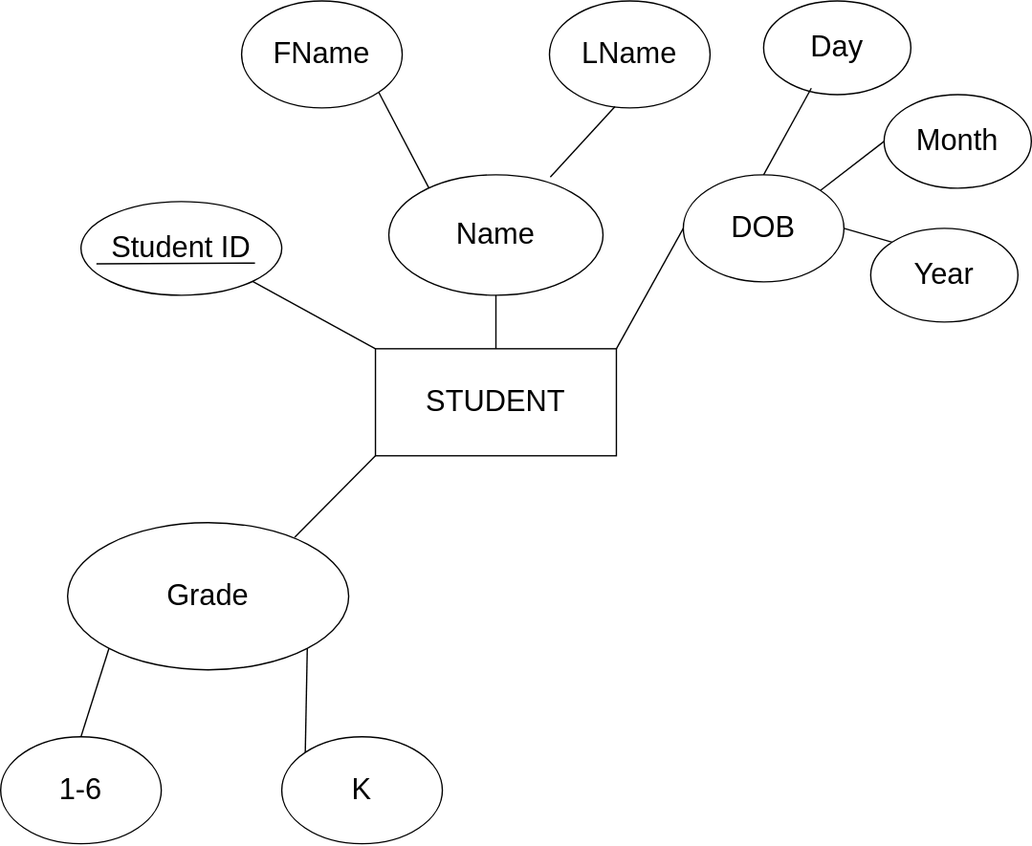
This is models.drawio.svg from MarcTy/ENSF-300-Database-ERD-Models, a draw.io export, as it was before one commit. Source tidied: cells renumbered, new cells last; positions are measured from the earlier drawing's top-left corner, leaving out a move shared by most shapes.
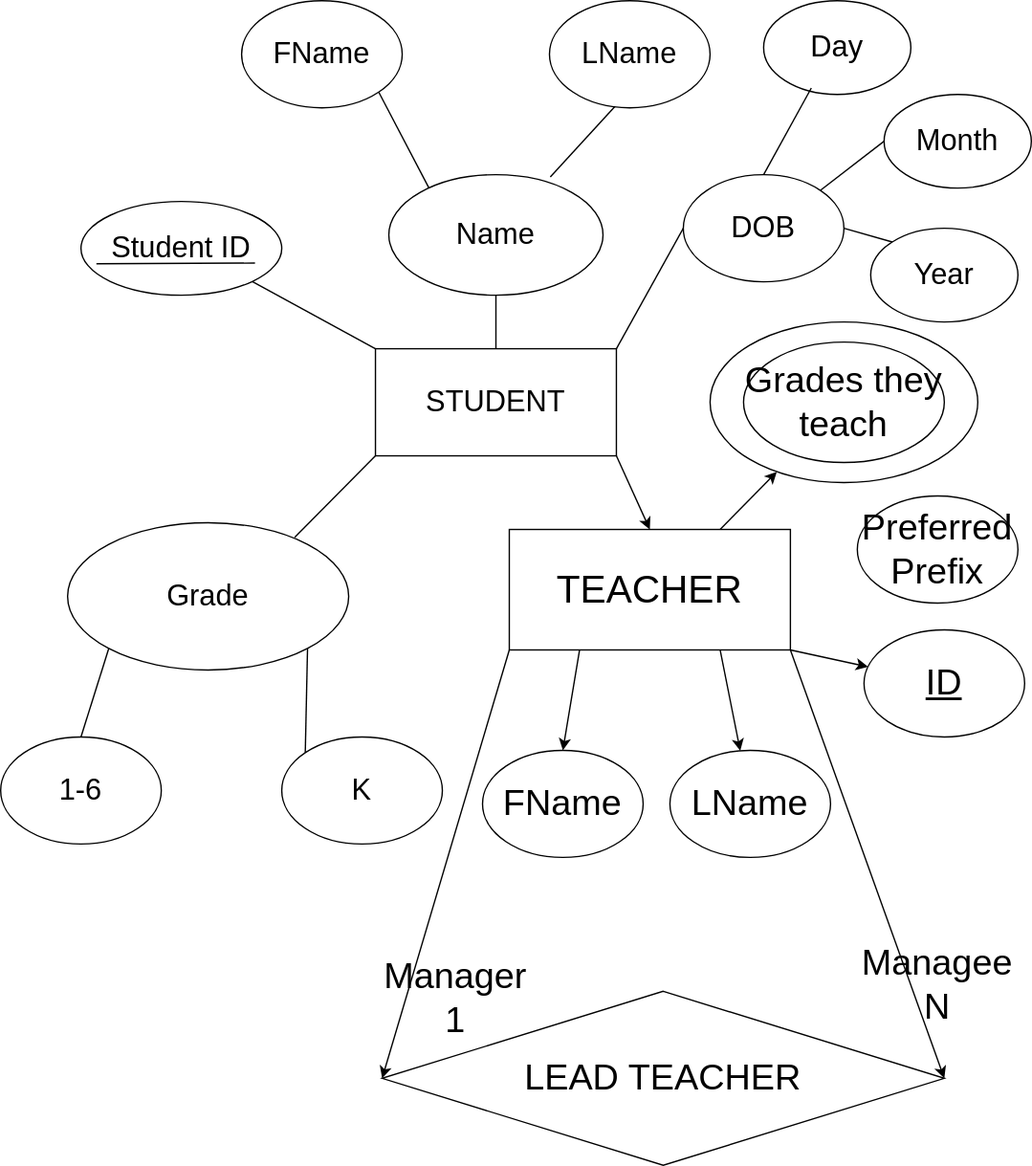
The same diagram one commit later.

The edit, as a diff of the source:
```diff
@@ -2,6 +2,9 @@
   <root>
     <mxCell id="0" />
     <mxCell id="1" parent="0" />
+    <mxCell id="26" style="edgeStyle=none;html=1;exitX=1;exitY=1;exitDx=0;exitDy=0;entryX=0.5;entryY=0;entryDx=0;entryDy=0;fontSize=27;" parent="1" edge="1" source="2" target="33">
+      <mxGeometry relative="1" as="geometry" />
+    </mxCell>
     <mxCell id="2" value="&lt;font style=&quot;font-size: 22px;&quot;&gt;STUDENT&lt;/font&gt;" style="rounded=0;whiteSpace=wrap;html=1;" parent="1" vertex="1">
       <mxGeometry x="280" y="260" width="180" height="80" as="geometry" />
     </mxCell>
@@ -80,5 +83,53 @@
     <mxCell id="25" style="endArrow=none;html=1;fontSize=22;exitX=0;exitY=0;exitDx=0;exitDy=0;entryX=1;entryY=1;entryDx=0;entryDy=0;" parent="1" edge="1" source="22" target="20">
       <mxGeometry relative="1" as="geometry" />
     </mxCell>
+    <mxCell id="27" style="edgeStyle=none;html=1;exitX=1;exitY=1;exitDx=0;exitDy=0;fontSize=27;" parent="1" edge="1" source="33" target="34">
+      <mxGeometry relative="1" as="geometry" />
+    </mxCell>
+    <mxCell id="28" style="edgeStyle=none;html=1;exitX=0.75;exitY=0;exitDx=0;exitDy=0;fontSize=27;" parent="1" edge="1" source="33" target="35">
+      <mxGeometry relative="1" as="geometry" />
+    </mxCell>
+    <mxCell id="29" style="edgeStyle=none;html=1;exitX=1;exitY=1;exitDx=0;exitDy=0;entryX=1;entryY=0.5;entryDx=0;entryDy=0;fontSize=27;" parent="1" edge="1" source="33" target="40">
+      <mxGeometry relative="1" as="geometry" />
+    </mxCell>
+    <mxCell id="30" style="edgeStyle=none;html=1;exitX=0.75;exitY=1;exitDx=0;exitDy=0;fontSize=27;" parent="1" edge="1" source="33" target="37">
+      <mxGeometry relative="1" as="geometry" />
+    </mxCell>
+    <mxCell id="31" style="edgeStyle=none;html=1;exitX=0.25;exitY=1;exitDx=0;exitDy=0;entryX=0.5;entryY=0;entryDx=0;entryDy=0;fontSize=27;" parent="1" edge="1" source="33" target="38">
+      <mxGeometry relative="1" as="geometry" />
+    </mxCell>
+    <mxCell id="32" style="edgeStyle=none;html=1;exitX=0;exitY=1;exitDx=0;exitDy=0;entryX=0;entryY=0.5;entryDx=0;entryDy=0;fontSize=27;" parent="1" edge="1" source="33" target="40">
+      <mxGeometry relative="1" as="geometry" />
+    </mxCell>
+    <mxCell id="33" value="&lt;font style=&quot;font-size: 29px;&quot;&gt;TEACHER&lt;/font&gt;" style="rounded=0;whiteSpace=wrap;html=1;" parent="1" vertex="1">
+      <mxGeometry x="380" y="395" width="210" height="90" as="geometry" />
+    </mxCell>
+    <mxCell id="34" value="&lt;u&gt;ID&lt;/u&gt;" style="ellipse;whiteSpace=wrap;html=1;fontSize=27;" parent="1" vertex="1">
+      <mxGeometry x="645" y="470" width="120" height="80" as="geometry" />
+    </mxCell>
+    <mxCell id="35" style="ellipse;whiteSpace=wrap;html=1;fontSize=27;" parent="1" vertex="1">
+      <mxGeometry x="530" y="240" width="200" height="120" as="geometry" />
+    </mxCell>
+    <mxCell id="36" value="Preferred Prefix" style="ellipse;whiteSpace=wrap;html=1;fontSize=27;" parent="1" vertex="1">
+      <mxGeometry x="640" y="370" width="120" height="80" as="geometry" />
+    </mxCell>
+    <mxCell id="37" value="LName" style="ellipse;whiteSpace=wrap;html=1;fontSize=27;" parent="1" vertex="1">
+      <mxGeometry x="500" y="560" width="120" height="80" as="geometry" />
+    </mxCell>
+    <mxCell id="38" value="FName" style="ellipse;whiteSpace=wrap;html=1;fontSize=27;" parent="1" vertex="1">
+      <mxGeometry x="360" y="560" width="120" height="80" as="geometry" />
+    </mxCell>
+    <mxCell id="39" value="Grades they teach&lt;br&gt;" style="ellipse;whiteSpace=wrap;html=1;fontSize=27;" parent="1" vertex="1">
+      <mxGeometry x="555" y="255" width="150" height="90" as="geometry" />
+    </mxCell>
+    <mxCell id="40" value="LEAD TEACHER" style="rhombus;whiteSpace=wrap;html=1;fontSize=27;" parent="1" vertex="1">
+      <mxGeometry x="285" y="740" width="420" height="130" as="geometry" />
+    </mxCell>
+    <mxCell id="41" value="Managee&lt;br&gt;N" style="text;html=1;strokeColor=none;fillColor=none;align=center;verticalAlign=middle;whiteSpace=wrap;rounded=0;fontSize=27;" parent="1" vertex="1">
+      <mxGeometry x="670" y="720" width="60" height="30" as="geometry" />
+    </mxCell>
+    <mxCell id="42" value="Manager&lt;br&gt;1" style="text;html=1;strokeColor=none;fillColor=none;align=center;verticalAlign=middle;whiteSpace=wrap;rounded=0;fontSize=27;" parent="1" vertex="1">
+      <mxGeometry x="310" y="730" width="60" height="30" as="geometry" />
+    </mxCell>
   </root>
 </mxGraphModel>
```
